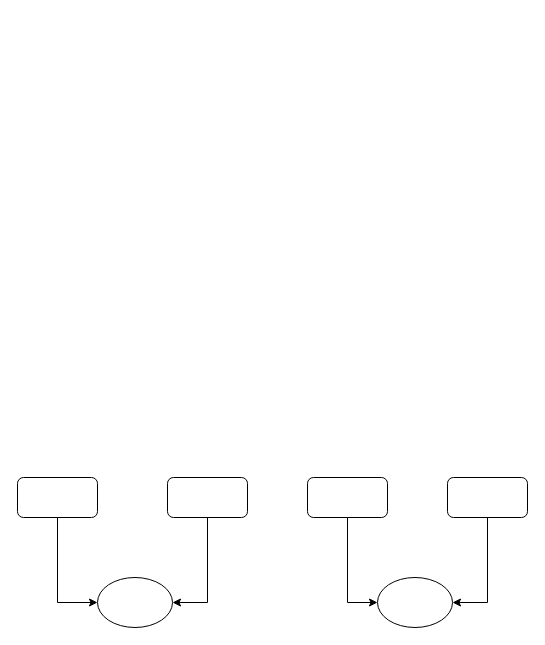
This is GOF23/absfactory.drawio from BIgConfused/draw_img, a draw.io file, before an edit. Source tidied: cells renumbered, new cells numbered last; positions are measured from the earlier drawing's top-left corner, leaving out a move shared by most shapes. Both pictures are drawn from the tidied source at 100%, with x=0, y=0 at pixel (17, 477).
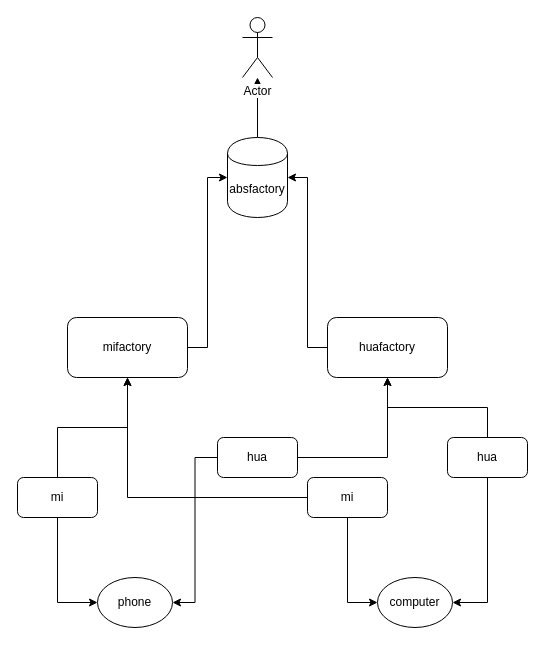
The same page after the edit.

Change to the diagram source:
```diff
@@
+    <mxCell id="12" style="edgeStyle=orthogonalEdgeStyle;rounded=0;jettySize=auto;html=1;entryX=0.5;entryY=1;entryDx=0;entryDy=0;" parent="1" edge="1" source="3" target="17">
+      <mxGeometry relative="1" as="geometry" />
+    </mxCell>
-    <mxCell id="3" style="rounded=1;whiteSpace=wrap;html=1;" parent="1" vertex="1">
+    <mxCell id="3" value="mi" style="rounded=1;whiteSpace=wrap;html=1;" parent="1" vertex="1">
       <mxGeometry width="80" height="40" as="geometry" />
     </mxCell>
@@
+    <mxCell id="13" style="edgeStyle=orthogonalEdgeStyle;rounded=0;jettySize=auto;html=1;" parent="1" edge="1" source="5" target="19">
+      <mxGeometry relative="1" as="geometry" />
+    </mxCell>
-    <mxCell id="5" style="rounded=1;whiteSpace=wrap;html=1;" parent="1" vertex="1">
-      <mxGeometry x="150" width="80" height="40" as="geometry" />
+    <mxCell id="5" value="hua" style="rounded=1;whiteSpace=wrap;html=1;" parent="1" vertex="1">
+      <mxGeometry x="200" y="-40" width="80" height="40" as="geometry" />
     </mxCell>
@@
+    <mxCell id="14" style="edgeStyle=orthogonalEdgeStyle;rounded=0;jettySize=auto;html=1;" parent="1" edge="1" source="7" target="17">
+      <mxGeometry relative="1" as="geometry" />
+    </mxCell>
-    <mxCell id="7" style="rounded=1;whiteSpace=wrap;html=1;" parent="1" vertex="1">
+    <mxCell id="7" value="mi" style="rounded=1;whiteSpace=wrap;html=1;" parent="1" vertex="1">
       <mxGeometry x="290" width="80" height="40" as="geometry" />
     </mxCell>
@@
+    <mxCell id="15" style="edgeStyle=orthogonalEdgeStyle;rounded=0;jettySize=auto;html=1;entryX=0.5;entryY=1;entryDx=0;entryDy=0;" parent="1" edge="1" source="9" target="19">
+      <mxGeometry relative="1" as="geometry" />
+    </mxCell>
-    <mxCell id="9" style="rounded=1;whiteSpace=wrap;html=1;" parent="1" vertex="1">
-      <mxGeometry x="430" width="80" height="40" as="geometry" />
+    <mxCell id="9" value="hua" style="rounded=1;whiteSpace=wrap;html=1;" parent="1" vertex="1">
+      <mxGeometry x="430" y="-40" width="80" height="40" as="geometry" />
     </mxCell>
-    <mxCell id="10" style="ellipse;whiteSpace=wrap;html=1;" parent="1" vertex="1">
+    <mxCell id="10" value="phone" style="ellipse;whiteSpace=wrap;html=1;" parent="1" vertex="1">
       <mxGeometry x="80" y="100" width="75" height="50" as="geometry" />
     </mxCell>
-    <mxCell id="11" style="ellipse;whiteSpace=wrap;html=1;" parent="1" vertex="1">
+    <mxCell id="11" value="computer" style="ellipse;whiteSpace=wrap;html=1;" parent="1" vertex="1">
       <mxGeometry x="360" y="100" width="75" height="50" as="geometry" />
     </mxCell>
+    <mxCell id="16" style="edgeStyle=orthogonalEdgeStyle;rounded=0;jettySize=auto;html=1;entryX=0;entryY=0.5;entryDx=0;entryDy=0;" parent="1" edge="1" source="17" target="21">
+      <mxGeometry relative="1" as="geometry" />
+    </mxCell>
+    <mxCell id="17" value="mifactory" style="rounded=1;whiteSpace=wrap;html=1;" parent="1" vertex="1">
+      <mxGeometry x="50" y="-160" width="120" height="60" as="geometry" />
+    </mxCell>
+    <mxCell id="18" style="edgeStyle=orthogonalEdgeStyle;rounded=0;jettySize=auto;html=1;entryX=1;entryY=0.5;entryDx=0;entryDy=0;" parent="1" edge="1" source="19" target="21">
+      <mxGeometry relative="1" as="geometry" />
+    </mxCell>
+    <mxCell id="19" value="huafactory" style="rounded=1;whiteSpace=wrap;html=1;" parent="1" vertex="1">
+      <mxGeometry x="310" y="-160" width="120" height="60" as="geometry" />
+    </mxCell>
+    <mxCell id="20" style="edgeStyle=orthogonalEdgeStyle;rounded=0;jettySize=auto;html=1;" parent="1" edge="1" source="21" target="22">
+      <mxGeometry relative="1" as="geometry" />
+    </mxCell>
+    <mxCell id="21" value="absfactory" style="shape=cylinder;whiteSpace=wrap;html=1;boundedLbl=1;backgroundOutline=1;" parent="1" vertex="1">
+      <mxGeometry x="210" y="-340" width="60" height="80" as="geometry" />
+    </mxCell>
+    <mxCell id="22" value="Actor" style="shape=umlActor;verticalLabelPosition=bottom;labelBackgroundColor=#ffffff;verticalAlign=top;html=1;outlineConnect=0;" parent="1" vertex="1">
+      <mxGeometry x="225" y="-460" width="30" height="60" as="geometry" />
+    </mxCell>
```
